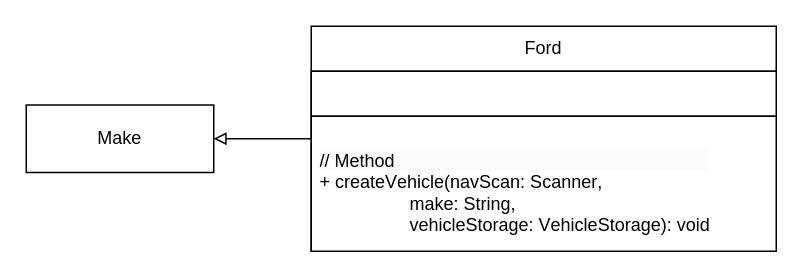
The draw.io diagram page "Ford" (32 of 39) of doc/Vehicle_UML_JSmith132.drawio in Jsmit132/CIS255_Vehicle, before the edit. Source tidied: cells renumbered, new cells numbered last; positions are measured from the earlier drawing's top-left corner, leaving out a move shared by most shapes. Both pictures are drawn from the tidied source at 150%, with x=0, y=0 at pixel (26, 26).
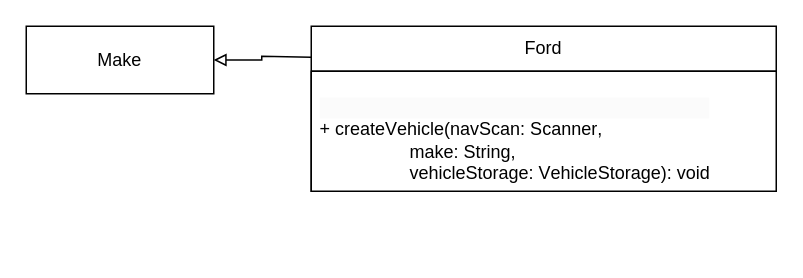
After the change.

Diff of the diagram source:
```diff
@@
 <mxGraphModel>
   <root>
     <mxCell id="0" />
     <mxCell id="1" parent="0" />
-    <mxCell id="2" style="edgeStyle=orthogonalEdgeStyle;rounded=0;jettySize=auto;html=1;exitX=0;exitY=0.5;exitDx=0;exitDy=0;entryX=1;entryY=0.5;entryDx=0;entryDy=0;endArrow=block;endFill=0;" parent="1" edge="1" source="3" target="6">
-      <mxGeometry relative="1" as="geometry" />
+    <mxCell id="2" style="edgeStyle=orthogonalEdgeStyle;rounded=0;jettySize=auto;html=1;exitX=0.007;exitY=0.187;exitDx=0;exitDy=0;entryX=1;entryY=0.5;entryDx=0;entryDy=0;endArrow=block;endFill=0;exitPerimeter=0;" parent="1" edge="1" source="3" target="6">
+      <mxGeometry relative="1" as="geometry">
+        <Array as="points">
+          <mxPoint x="190" y="21" />
+          <mxPoint x="157" y="20" />
+          <mxPoint x="157" y="23" />
+        </Array>
+      </mxGeometry>
     </mxCell>
     <mxCell id="3" value="Ford" style="swimlane;fontStyle=0;horizontal=1;startSize=30;whiteSpace=wrap;html=1;fontSize=12;fontFamily=Helvetica;" parent="1" vertex="1">
-      <mxGeometry x="190" width="310" height="150" as="geometry" />
+      <mxGeometry x="190" width="310" height="110" as="geometry" />
     </mxCell>
-    <mxCell id="4" value="&lt;div style=&quot;margin: 0px; padding: 0px; user-select: text; -webkit-user-drag: none; -webkit-tap-highlight-color: transparent; overflow: visible; cursor: text; clear: both; position: relative; direction: ltr; background-color: rgb(255, 255, 255); font-size: 12px;&quot; class=&quot;OutlineElement Ltr SCXW210690727 BCX0&quot;&gt;&lt;div style=&quot;margin: 0px; padding: 0px; user-select: text; -webkit-user-drag: none; -webkit-tap-highlight-color: transparent; overflow: visible; cursor: text; clear: both; position: relative; direction: ltr; font-size: 12px;&quot; class=&quot;OutlineElement Ltr SCXW264288762 BCX0&quot;&gt;&lt;p style=&quot;margin: 0px; padding: 0px; user-select: text; -webkit-user-drag: none; -webkit-tap-highlight-color: transparent; overflow-wrap: break-word; vertical-align: baseline; font-kerning: none; background-color: transparent; color: windowtext; font-size: 12px;&quot; lang=&quot;EN-US&quot; class=&quot;Paragraph SCXW264288762 BCX0&quot;&gt;&lt;span style=&quot;background-color: transparent; color: windowtext;&quot;&gt;&amp;nbsp;&lt;/span&gt;&lt;/p&gt;&lt;/div&gt;&lt;/div&gt;" style="text;strokeColor=default;fillColor=default;align=left;verticalAlign=middle;spacingLeft=4;spacingRight=4;overflow=hidden;whiteSpace=wrap;html=1;labelBorderColor=none;fontSize=12;fontFamily=Helvetica;" parent="3" vertex="1">
-      <mxGeometry y="30" width="310" height="30" as="geometry" />
-    </mxCell>
-    <mxCell id="5" value="&lt;div style=&quot;margin: 0px; padding: 0px; user-select: text; -webkit-user-drag: none; -webkit-tap-highlight-color: transparent; overflow: visible; cursor: text; clear: both; position: relative; direction: ltr; background-color: rgb(255, 255, 255);&quot; class=&quot;OutlineElement Ltr SCXW175404011 BCX0&quot;&gt;&lt;p style=&quot;margin: 0px; padding: 0px; user-select: text; -webkit-user-drag: none; -webkit-tap-highlight-color: transparent; overflow-wrap: break-word; vertical-align: baseline; font-kerning: none; background-color: transparent;&quot; lang=&quot;EN-US&quot; class=&quot;Paragraph SCXW175404011 BCX0&quot;&gt;&lt;/p&gt;&lt;div style=&quot;border-color: var(--border-color); color: rgb(0, 0, 0); font-family: Helvetica; font-size: 12px; font-style: normal; font-variant-ligatures: normal; font-variant-caps: normal; font-weight: 400; letter-spacing: normal; orphans: 2; text-align: left; text-indent: 0px; text-transform: none; widows: 2; word-spacing: 0px; -webkit-text-stroke-width: 0px; background-color: rgb(251, 251, 251); text-decoration-thickness: initial; text-decoration-style: initial; text-decoration-color: initial; margin: 0px; padding: 0px; user-select: text; -webkit-user-drag: none; -webkit-tap-highlight-color: transparent; overflow: visible; cursor: text; clear: both; position: relative; direction: ltr;&quot; class=&quot;OutlineElement Ltr SCXW157711562 BCX0&quot;&gt;&lt;/div&gt;&lt;p&gt;&lt;/p&gt;&lt;div style=&quot;border-color: var(--border-color); color: rgb(0, 0, 0); font-family: Helvetica; font-size: 12px; font-style: normal; font-variant-ligatures: normal; font-variant-caps: normal; font-weight: 400; letter-spacing: normal; orphans: 2; text-align: left; text-indent: 0px; text-transform: none; widows: 2; word-spacing: 0px; -webkit-text-stroke-width: 0px; background-color: rgb(251, 251, 251); text-decoration-thickness: initial; text-decoration-style: initial; text-decoration-color: initial; margin: 0px; padding: 0px; user-select: text; -webkit-user-drag: none; -webkit-tap-highlight-color: transparent; overflow: visible; cursor: text; clear: both; position: relative; direction: ltr;&quot; class=&quot;OutlineElement Ltr SCXW157711562 BCX0&quot;&gt;&lt;p style=&quot;border-color: var(--border-color); margin: 0px; padding: 0px; user-select: text; -webkit-user-drag: none; -webkit-tap-highlight-color: transparent; overflow-wrap: break-word; vertical-align: baseline; font-kerning: none; background-color: transparent; color: windowtext; font-size: 12px;&quot; lang=&quot;EN-US&quot; class=&quot;Paragraph SCXW157711562 BCX0&quot;&gt;// Method&lt;/p&gt;&lt;/div&gt;&lt;p style=&quot;margin: 0px; padding: 0px; user-select: text; -webkit-user-drag: none; -webkit-tap-highlight-color: transparent; overflow-wrap: break-word; vertical-align: baseline; font-kerning: none; background-color: transparent;&quot; lang=&quot;EN-US&quot; class=&quot;Paragraph SCXW175404011 BCX0&quot;&gt;+ createVehicle(navScan: Scanner,&amp;nbsp;&lt;/p&gt;&lt;p style=&quot;margin: 0px; padding: 0px; user-select: text; -webkit-user-drag: none; -webkit-tap-highlight-color: transparent; overflow-wrap: break-word; vertical-align: baseline; font-kerning: none; background-color: transparent;&quot; lang=&quot;EN-US&quot; class=&quot;Paragraph SCXW175404011 BCX0&quot;&gt;&amp;nbsp; &amp;nbsp; &amp;nbsp; &amp;nbsp; &amp;nbsp; &amp;nbsp; &amp;nbsp; &amp;nbsp; &amp;nbsp; make: String,&amp;nbsp;&lt;/p&gt;&lt;p style=&quot;margin: 0px; padding: 0px; user-select: text; -webkit-user-drag: none; -webkit-tap-highlight-color: transparent; overflow-wrap: break-word; vertical-align: baseline; font-kerning: none; background-color: transparent;&quot; lang=&quot;EN-US&quot; class=&quot;Paragraph SCXW175404011 BCX0&quot;&gt;&amp;nbsp; &amp;nbsp; &amp;nbsp; &amp;nbsp; &amp;nbsp; &amp;nbsp; &amp;nbsp; &amp;nbsp; &amp;nbsp; vehicleStorage: VehicleStorage): void&lt;/p&gt;&lt;/div&gt;" style="text;strokeColor=default;fillColor=default;align=left;verticalAlign=middle;spacingLeft=4;spacingRight=4;overflow=hidden;whiteSpace=wrap;html=1;gradientColor=none;fontSize=12;fontFamily=Helvetica;" parent="3" vertex="1">
-      <mxGeometry y="60" width="310" height="90" as="geometry" />
+    <mxCell id="5" value="&lt;div style=&quot;margin: 0px; padding: 0px; user-select: text; -webkit-user-drag: none; -webkit-tap-highlight-color: transparent; overflow: visible; cursor: text; clear: both; position: relative; direction: ltr; background-color: rgb(255, 255, 255);&quot; class=&quot;OutlineElement Ltr SCXW175404011 BCX0&quot;&gt;&lt;p style=&quot;margin: 0px; padding: 0px; user-select: text; -webkit-user-drag: none; -webkit-tap-highlight-color: transparent; overflow-wrap: break-word; vertical-align: baseline; font-kerning: none; background-color: transparent;&quot; lang=&quot;EN-US&quot; class=&quot;Paragraph SCXW175404011 BCX0&quot;&gt;&lt;/p&gt;&lt;div style=&quot;border-color: var(--border-color); color: rgb(0, 0, 0); font-family: Helvetica; font-size: 12px; font-style: normal; font-variant-ligatures: normal; font-variant-caps: normal; font-weight: 400; letter-spacing: normal; orphans: 2; text-align: left; text-indent: 0px; text-transform: none; widows: 2; word-spacing: 0px; -webkit-text-stroke-width: 0px; background-color: rgb(251, 251, 251); text-decoration-thickness: initial; text-decoration-style: initial; text-decoration-color: initial; margin: 0px; padding: 0px; user-select: text; -webkit-user-drag: none; -webkit-tap-highlight-color: transparent; overflow: visible; cursor: text; clear: both; position: relative; direction: ltr;&quot; class=&quot;OutlineElement Ltr SCXW157711562 BCX0&quot;&gt;&lt;/div&gt;&lt;p&gt;&lt;/p&gt;&lt;div style=&quot;border-color: var(--border-color); color: rgb(0, 0, 0); font-family: Helvetica; font-size: 12px; font-style: normal; font-variant-ligatures: normal; font-variant-caps: normal; font-weight: 400; letter-spacing: normal; orphans: 2; text-align: left; text-indent: 0px; text-transform: none; widows: 2; word-spacing: 0px; -webkit-text-stroke-width: 0px; background-color: rgb(251, 251, 251); text-decoration-thickness: initial; text-decoration-style: initial; text-decoration-color: initial; margin: 0px; padding: 0px; user-select: text; -webkit-user-drag: none; -webkit-tap-highlight-color: transparent; overflow: visible; cursor: text; clear: both; position: relative; direction: ltr;&quot; class=&quot;OutlineElement Ltr SCXW157711562 BCX0&quot;&gt;&lt;p style=&quot;border-color: var(--border-color); margin: 0px; padding: 0px; user-select: text; -webkit-user-drag: none; -webkit-tap-highlight-color: transparent; overflow-wrap: break-word; vertical-align: baseline; font-kerning: none; background-color: transparent; color: windowtext; font-size: 12px;&quot; lang=&quot;EN-US&quot; class=&quot;Paragraph SCXW157711562 BCX0&quot;&gt;&lt;br&gt;&lt;/p&gt;&lt;/div&gt;&lt;p style=&quot;margin: 0px; padding: 0px; user-select: text; -webkit-user-drag: none; -webkit-tap-highlight-color: transparent; overflow-wrap: break-word; vertical-align: baseline; font-kerning: none; background-color: transparent;&quot; lang=&quot;EN-US&quot; class=&quot;Paragraph SCXW175404011 BCX0&quot;&gt;+ createVehicle(navScan: Scanner,&amp;nbsp;&lt;/p&gt;&lt;p style=&quot;margin: 0px; padding: 0px; user-select: text; -webkit-user-drag: none; -webkit-tap-highlight-color: transparent; overflow-wrap: break-word; vertical-align: baseline; font-kerning: none; background-color: transparent;&quot; lang=&quot;EN-US&quot; class=&quot;Paragraph SCXW175404011 BCX0&quot;&gt;&amp;nbsp; &amp;nbsp; &amp;nbsp; &amp;nbsp; &amp;nbsp; &amp;nbsp; &amp;nbsp; &amp;nbsp; &amp;nbsp; make: String,&amp;nbsp;&lt;/p&gt;&lt;p style=&quot;margin: 0px; padding: 0px; user-select: text; -webkit-user-drag: none; -webkit-tap-highlight-color: transparent; overflow-wrap: break-word; vertical-align: baseline; font-kerning: none; background-color: transparent;&quot; lang=&quot;EN-US&quot; class=&quot;Paragraph SCXW175404011 BCX0&quot;&gt;&amp;nbsp; &amp;nbsp; &amp;nbsp; &amp;nbsp; &amp;nbsp; &amp;nbsp; &amp;nbsp; &amp;nbsp; &amp;nbsp; vehicleStorage: VehicleStorage): void&lt;/p&gt;&lt;/div&gt;" style="text;strokeColor=default;fillColor=default;align=left;verticalAlign=middle;spacingLeft=4;spacingRight=4;overflow=hidden;whiteSpace=wrap;html=1;gradientColor=none;fontSize=12;fontFamily=Helvetica;" parent="3" vertex="1">
+      <mxGeometry y="30" width="310" height="80" as="geometry" />
     </mxCell>
     <mxCell id="6" value="Make" style="rounded=0;whiteSpace=wrap;html=1;" parent="1" vertex="1">
-      <mxGeometry y="52.5" width="125" height="45" as="geometry" />
+      <mxGeometry width="125" height="45" as="geometry" />
     </mxCell>
   </root>
 </mxGraphModel>
```
